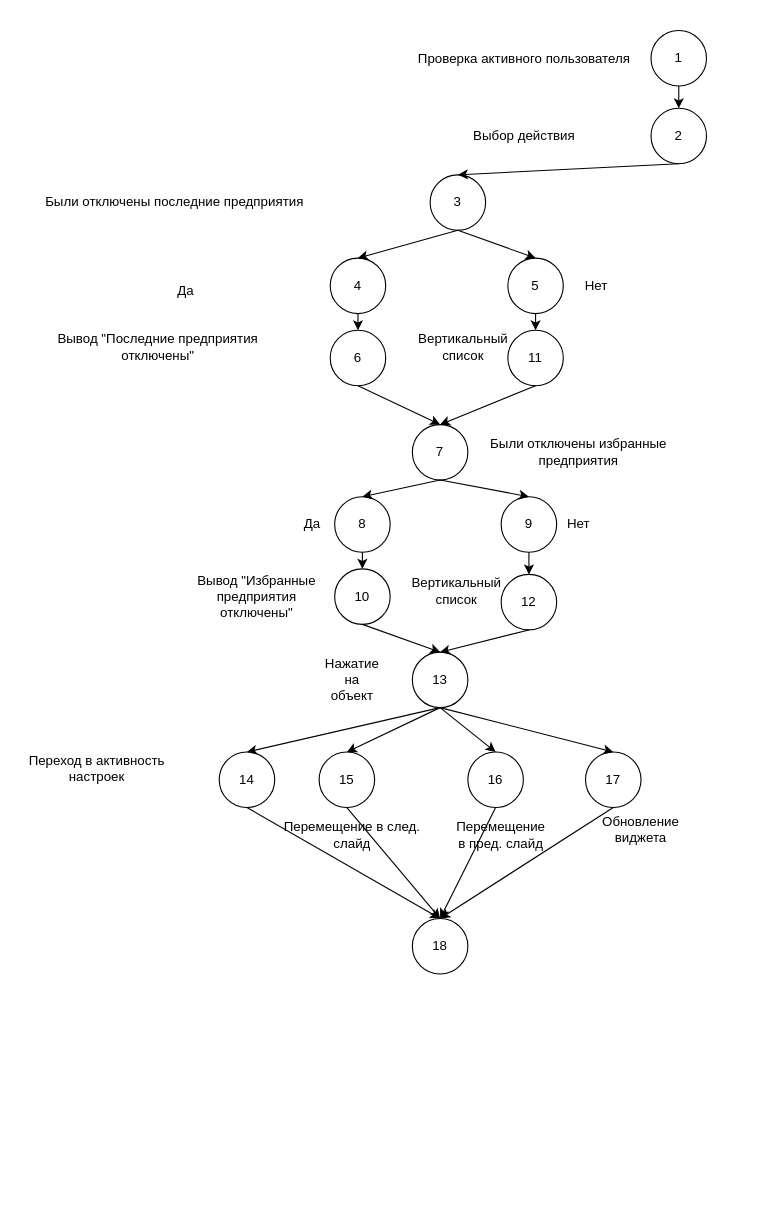
This is McKeyb.drawio from Bagdasaryan/Bagdasaryan, a draw.io file, before an edit. Source tidied: cells renumbered, new cells numbered last; positions are measured from the earlier drawing's top-left corner, leaving out a move shared by most shapes. Both pictures are drawn from the tidied source at 111%, with x=0, y=0 at pixel (19, 30).
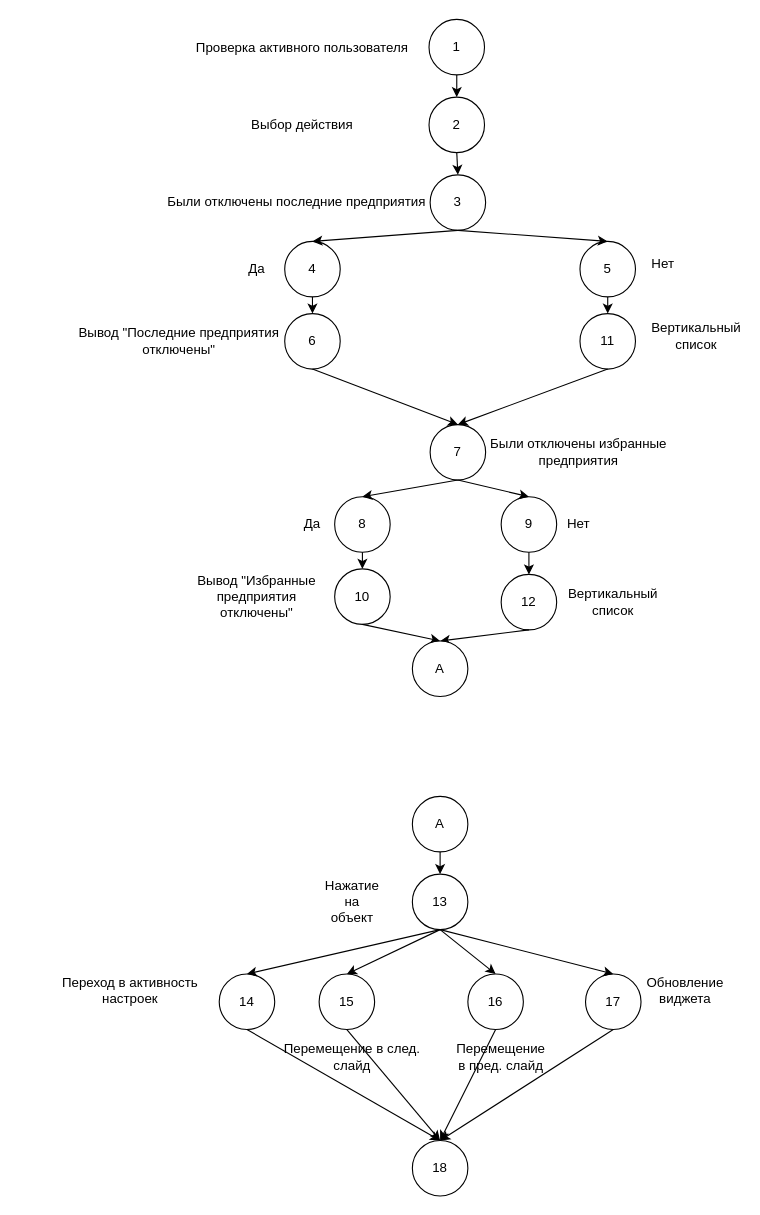
After the change.

Unchanged cells that the change refers to:
```xml
<mxCell id="27" value="10" style="ellipse;whiteSpace=wrap;html=1;" parent="1" vertex="1">
  <mxGeometry x="284" y="485" width="50" height="50" as="geometry" />
</mxCell>
<mxCell id="33" value="12" style="ellipse;whiteSpace=wrap;html=1;" parent="1" vertex="1">
  <mxGeometry x="434" y="490" width="50" height="50" as="geometry" />
</mxCell>
```

The edit, as a diff of the source:
```diff
@@
     <mxCell id="2" value="1" style="ellipse;whiteSpace=wrap;html=1;" parent="1" vertex="1">
-      <mxGeometry x="569" width="50" height="50" as="geometry" />
+      <mxGeometry x="369" y="-10" width="50" height="50" as="geometry" />
     </mxCell>
@@
     <mxCell id="4" value="Проверка активного пользователя" style="text;html=1;strokeColor=none;fillColor=none;align=center;verticalAlign=middle;whiteSpace=wrap;rounded=0;" parent="1" vertex="1">
-      <mxGeometry x="330" y="25" width="250" as="geometry" />
+      <mxGeometry x="130" y="15" width="250" as="geometry" />
     </mxCell>
     <mxCell id="5" value="2" style="ellipse;whiteSpace=wrap;html=1;" parent="1" vertex="1">
-      <mxGeometry x="569" y="70" width="50" height="50" as="geometry" />
+      <mxGeometry x="369" y="60" width="50" height="50" as="geometry" />
     </mxCell>
     <mxCell id="6" value="Выбор действия" style="text;html=1;strokeColor=none;fillColor=none;align=center;verticalAlign=middle;whiteSpace=wrap;rounded=0;" parent="1" vertex="1">
-      <mxGeometry x="345" y="85" width="220" height="20" as="geometry" />
+      <mxGeometry x="145" y="75" width="220" height="20" as="geometry" />
     </mxCell>
@@
     <mxCell id="8" value="Были отключены последние предприятия" style="text;html=1;strokeColor=none;fillColor=none;align=center;verticalAlign=middle;whiteSpace=wrap;rounded=0;" parent="1" vertex="1">
-      <mxGeometry y="150" width="280" height="10" as="geometry" />
+      <mxGeometry x="110" y="150" width="280" height="10" as="geometry" />
     </mxCell>
@@
     <mxCell id="10" value="4" style="ellipse;whiteSpace=wrap;html=1;" parent="1" vertex="1">
-      <mxGeometry x="280" y="205" width="50" height="50" as="geometry" />
+      <mxGeometry x="239" y="190" width="50" height="50" as="geometry" />
     </mxCell>
     <mxCell id="11" value="5" style="ellipse;whiteSpace=wrap;html=1;" parent="1" vertex="1">
-      <mxGeometry x="440" y="205" width="50" height="50" as="geometry" />
+      <mxGeometry x="505" y="190" width="50" height="50" as="geometry" />
     </mxCell>
@@
     <mxCell id="14" value="Да" style="text;html=1;strokeColor=none;fillColor=none;align=center;verticalAlign=middle;whiteSpace=wrap;rounded=0;" parent="1" vertex="1">
-      <mxGeometry x="130" y="225" width="40" height="20" as="geometry" />
+      <mxGeometry x="194" y="205" width="40" height="20" as="geometry" />
     </mxCell>
     <mxCell id="15" value="Нет" style="text;html=1;strokeColor=none;fillColor=none;align=center;verticalAlign=middle;whiteSpace=wrap;rounded=0;" parent="1" vertex="1">
-      <mxGeometry x="500" y="220" width="40" height="20" as="geometry" />
+      <mxGeometry x="560" y="200" width="40" height="20" as="geometry" />
     </mxCell>
     <mxCell id="16" value="6" style="ellipse;whiteSpace=wrap;html=1;" parent="1" vertex="1">
-      <mxGeometry x="280" y="270" width="50" height="50" as="geometry" />
+      <mxGeometry x="239" y="255" width="50" height="50" as="geometry" />
     </mxCell>
@@
     <mxCell id="18" value="Вывод &quot;Последние предприятия отключены&quot;" style="text;html=1;strokeColor=none;fillColor=none;align=center;verticalAlign=middle;whiteSpace=wrap;rounded=0;" parent="1" vertex="1">
-      <mxGeometry x="30" y="270" width="190" height="30" as="geometry" />
+      <mxGeometry x="49" y="265" width="190" height="30" as="geometry" />
     </mxCell>
     <mxCell id="19" value="7" style="ellipse;whiteSpace=wrap;html=1;" parent="1" vertex="1">
-      <mxGeometry x="354" y="355" width="50" height="50" as="geometry" />
+      <mxGeometry x="370" y="355" width="50" height="50" as="geometry" />
     </mxCell>
@@
     <mxCell id="30" value="11" style="ellipse;whiteSpace=wrap;html=1;" parent="1" vertex="1">
-      <mxGeometry x="440" y="270" width="50" height="50" as="geometry" />
+      <mxGeometry x="505" y="255" width="50" height="50" as="geometry" />
     </mxCell>
@@
     <mxCell id="32" value="Вертикальный список" style="text;html=1;strokeColor=none;fillColor=none;align=center;verticalAlign=middle;whiteSpace=wrap;rounded=0;" parent="1" vertex="1">
-      <mxGeometry x="380" y="275" width="40" height="20" as="geometry" />
+      <mxGeometry x="590" y="265" width="40" height="20" as="geometry" />
     </mxCell>
@@
     <mxCell id="35" value="Вертикальный список" style="text;html=1;strokeColor=none;fillColor=none;align=center;verticalAlign=middle;whiteSpace=wrap;rounded=0;" parent="1" vertex="1">
-      <mxGeometry x="374" y="495" width="40" height="20" as="geometry" />
+      <mxGeometry x="515" y="505" width="40" height="20" as="geometry" />
     </mxCell>
@@
     <mxCell id="38" value="13" style="ellipse;whiteSpace=wrap;html=1;" parent="1" vertex="1">
-      <mxGeometry x="354" y="560" width="50" height="50" as="geometry" />
+      <mxGeometry x="354" y="760" width="50" height="50" as="geometry" />
     </mxCell>
     <mxCell id="39" value="Нажатие на объект" style="text;html=1;strokeColor=none;fillColor=none;align=center;verticalAlign=middle;whiteSpace=wrap;rounded=0;" parent="1" vertex="1">
-      <mxGeometry x="280" y="575" width="40" height="20" as="geometry" />
+      <mxGeometry x="280" y="775" width="40" height="20" as="geometry" />
     </mxCell>
-    <mxCell id="40" style="endArrow=classic;html=1;exitX=0.5;exitY=1;exitDx=0;exitDy=0;entryX=0.5;entryY=0;entryDx=0;entryDy=0;" parent="1" edge="1" source="27" target="38">
+    <mxCell id="40" style="endArrow=classic;html=1;exitX=0.5;exitY=1;exitDx=0;exitDy=0;entryX=0.5;entryY=0;entryDx=0;entryDy=0;" parent="1" edge="1" source="27" target="59">
       <mxGeometry relative="1" as="geometry" />
     </mxCell>
-    <mxCell id="41" style="endArrow=classic;html=1;exitX=0.5;exitY=1;exitDx=0;exitDy=0;entryX=0.5;entryY=0;entryDx=0;entryDy=0;" parent="1" edge="1" source="33" target="38">
+    <mxCell id="41" style="endArrow=classic;html=1;exitX=0.5;exitY=1;exitDx=0;exitDy=0;entryX=0.5;entryY=0;entryDx=0;entryDy=0;" parent="1" edge="1" source="33" target="59">
       <mxGeometry relative="1" as="geometry" />
     </mxCell>
     <mxCell id="42" value="14" style="ellipse;whiteSpace=wrap;html=1;" parent="1" vertex="1">
-      <mxGeometry x="180" y="650" width="50" height="50" as="geometry" />
+      <mxGeometry x="180" y="850" width="50" height="50" as="geometry" />
     </mxCell>
     <mxCell id="43" value="15" style="ellipse;whiteSpace=wrap;html=1;" parent="1" vertex="1">
-      <mxGeometry x="270" y="650" width="50" height="50" as="geometry" />
+      <mxGeometry x="270" y="850" width="50" height="50" as="geometry" />
     </mxCell>
     <mxCell id="44" value="16" style="ellipse;whiteSpace=wrap;html=1;" parent="1" vertex="1">
-      <mxGeometry x="404" y="650" width="50" height="50" as="geometry" />
+      <mxGeometry x="404" y="850" width="50" height="50" as="geometry" />
     </mxCell>
     <mxCell id="45" value="17" style="ellipse;whiteSpace=wrap;html=1;" parent="1" vertex="1">
-      <mxGeometry x="510" y="650" width="50" height="50" as="geometry" />
+      <mxGeometry x="510" y="850" width="50" height="50" as="geometry" />
     </mxCell>
     <mxCell id="46" value="Переход в активность настроек" style="text;html=1;strokeColor=none;fillColor=none;align=center;verticalAlign=middle;whiteSpace=wrap;rounded=0;" parent="1" vertex="1">
-      <mxGeometry y="650" width="140" height="30" as="geometry" />
+      <mxGeometry x="30" y="850" width="140" height="30" as="geometry" />
     </mxCell>
@@
     <mxCell id="49" value="Перемещение в след. слайд" style="text;html=1;strokeColor=none;fillColor=none;align=center;verticalAlign=middle;whiteSpace=wrap;rounded=0;" parent="1" vertex="1">
-      <mxGeometry x="230" y="710" width="140" height="30" as="geometry" />
+      <mxGeometry x="230" y="910" width="140" height="30" as="geometry" />
     </mxCell>
@@
     <mxCell id="51" value="Перемещение в пред. слайд" style="text;html=1;strokeColor=none;fillColor=none;align=center;verticalAlign=middle;whiteSpace=wrap;rounded=0;" parent="1" vertex="1">
-      <mxGeometry x="414" y="715" width="40" height="20" as="geometry" />
+      <mxGeometry x="414" y="915" width="40" height="20" as="geometry" />
     </mxCell>
@@
     <mxCell id="53" value="Обновление виджета" style="text;html=1;strokeColor=none;fillColor=none;align=center;verticalAlign=middle;whiteSpace=wrap;rounded=0;" parent="1" vertex="1">
-      <mxGeometry x="540" y="710" width="40" height="20" as="geometry" />
+      <mxGeometry x="580" y="855" width="40" height="20" as="geometry" />
     </mxCell>
@@
     <mxCell id="55" value="18" style="ellipse;whiteSpace=wrap;html=1;" parent="1" vertex="1">
-      <mxGeometry x="354" y="800" width="50" height="50" as="geometry" />
+      <mxGeometry x="354" y="1000" width="50" height="50" as="geometry" />
     </mxCell>
@@
+    <mxCell id="59" value="A" style="ellipse;whiteSpace=wrap;html=1;" parent="1" vertex="1">
+      <mxGeometry x="354" y="550" width="50" height="50" as="geometry" />
+    </mxCell>
+    <mxCell id="60" value="A" style="ellipse;whiteSpace=wrap;html=1;" parent="1" vertex="1">
+      <mxGeometry x="354" y="690" width="50" height="50" as="geometry" />
+    </mxCell>
+    <mxCell id="61" style="endArrow=classic;html=1;exitX=0.5;exitY=1;exitDx=0;exitDy=0;entryX=0.5;entryY=0;entryDx=0;entryDy=0;" parent="1" edge="1" source="60" target="38">
+      <mxGeometry relative="1" as="geometry" />
+    </mxCell>
```
